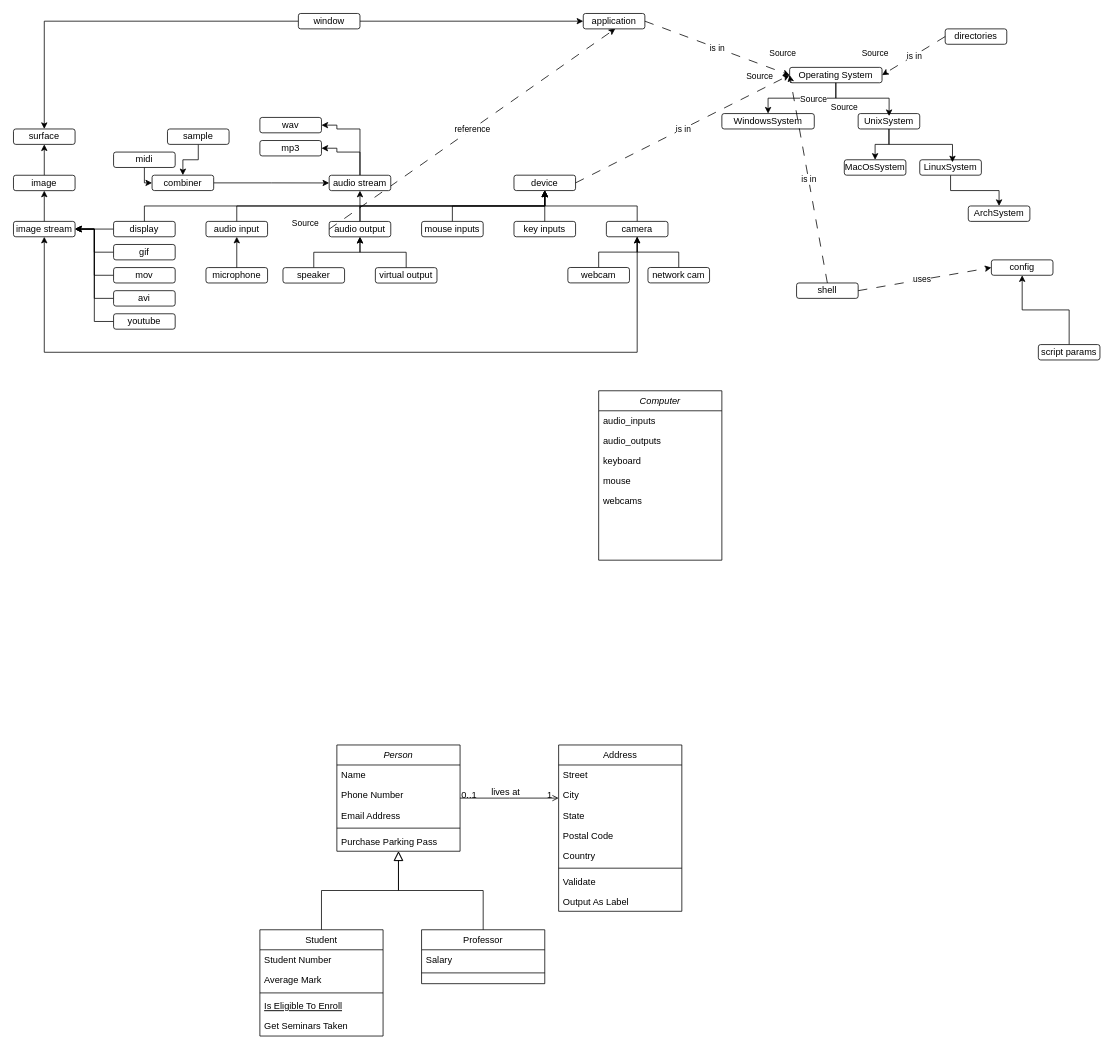
The draw.io diagram class structure.drawio in Eric-Wonbin-Sang/this_framework_that_i_made, before the edit. Source tidied: cells renumbered, new cells numbered last; positions are measured from the earlier drawing's top-left corner, leaving out a move shared by most shapes. Both pictures are drawn from the tidied source at 77%, with x=0, y=0 at pixel (13, 13).
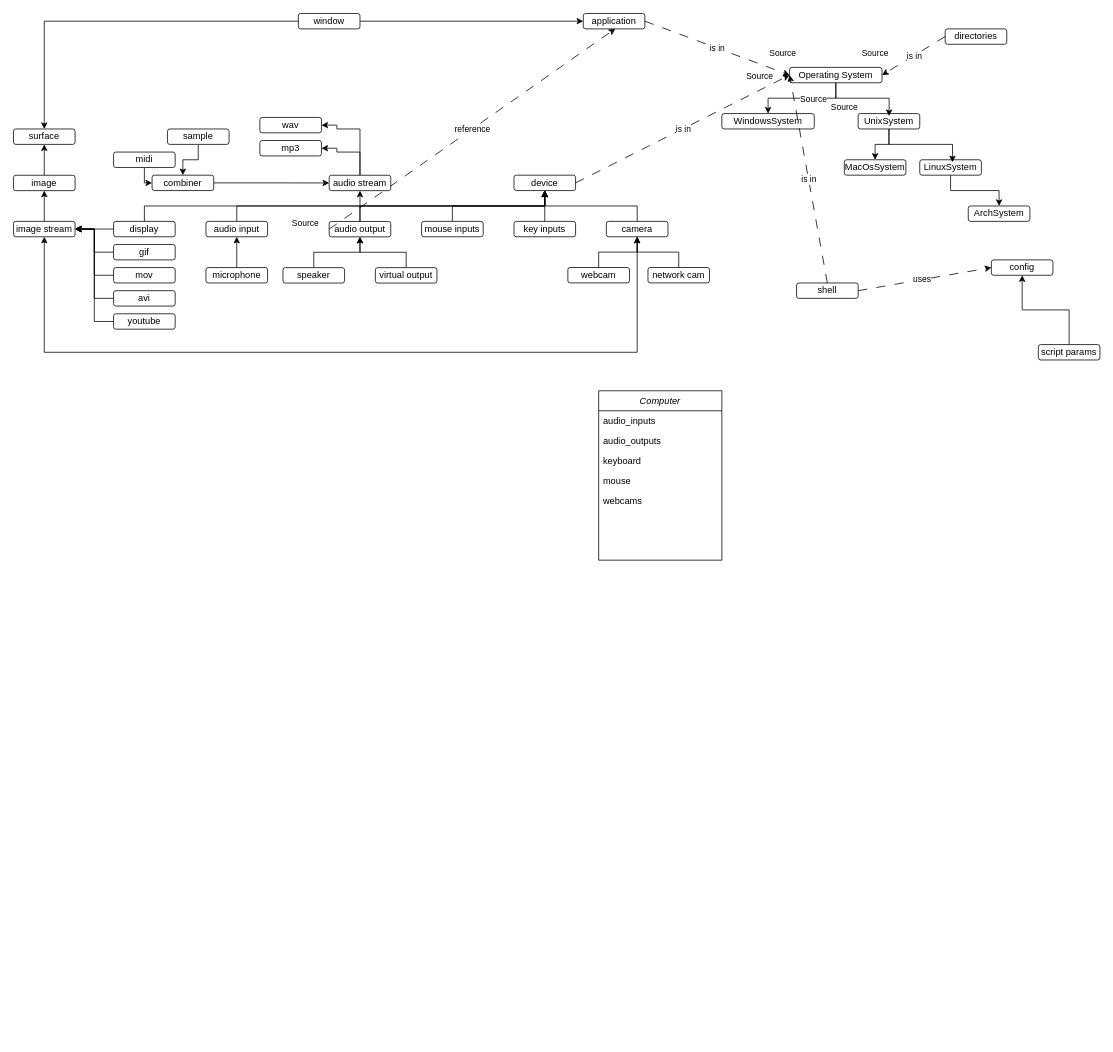
The same page after the edit.

The edit, as a diff of the source:
```diff
@@
-    <mxCell id="2" value="Person" style="swimlane;fontStyle=2;align=center;verticalAlign=top;horizontal=1;startSize=26;rounded=0;shadow=0;strokeWidth=1;" parent="1" vertex="1">
-      <mxGeometry x="420" y="950" width="160" height="138" as="geometry" />
-    </mxCell>
-    <mxCell id="3" value="Name" style="text;align=left;verticalAlign=top;spacingLeft=4;spacingRight=4;overflow=hidden;" parent="2" vertex="1">
-      <mxGeometry y="26" width="160" height="26" as="geometry" />
-    </mxCell>
-    <mxCell id="4" value="Phone Number" style="text;align=left;verticalAlign=top;spacingLeft=4;spacingRight=4;overflow=hidden;rounded=0;shadow=0;html=0;" parent="2" vertex="1">
-      <mxGeometry y="52" width="160" height="26" as="geometry" />
-    </mxCell>
-    <mxCell id="5" value="Email Address" style="text;align=left;verticalAlign=top;spacingLeft=4;spacingRight=4;overflow=hidden;rounded=0;shadow=0;html=0;" parent="2" vertex="1">
-      <mxGeometry y="78" width="160" height="26" as="geometry" />
-    </mxCell>
-    <mxCell id="6" style="line;html=1;strokeWidth=1;align=left;verticalAlign=middle;spacingTop=-1;spacingLeft=3;spacingRight=3;labelPosition=right;" parent="2" vertex="1">
-      <mxGeometry y="104" width="160" height="8" as="geometry" />
-    </mxCell>
-    <mxCell id="7" value="Purchase Parking Pass" style="text;align=left;verticalAlign=top;spacingLeft=4;spacingRight=4;overflow=hidden;" parent="2" vertex="1">
-      <mxGeometry y="112" width="160" height="26" as="geometry" />
-    </mxCell>
-    <mxCell id="8" value="Student" style="swimlane;fontStyle=0;align=center;verticalAlign=top;horizontal=1;startSize=26;rounded=0;shadow=0;strokeWidth=1;" parent="1" vertex="1">
-      <mxGeometry x="320" y="1190" width="160" height="138" as="geometry" />
-    </mxCell>
-    <mxCell id="9" value="Student Number" style="text;align=left;verticalAlign=top;spacingLeft=4;spacingRight=4;overflow=hidden;" parent="8" vertex="1">
-      <mxGeometry y="26" width="160" height="26" as="geometry" />
-    </mxCell>
-    <mxCell id="10" value="Average Mark" style="text;align=left;verticalAlign=top;spacingLeft=4;spacingRight=4;overflow=hidden;rounded=0;shadow=0;html=0;" parent="8" vertex="1">
-      <mxGeometry y="52" width="160" height="26" as="geometry" />
-    </mxCell>
-    <mxCell id="11" style="line;html=1;strokeWidth=1;align=left;verticalAlign=middle;spacingTop=-1;spacingLeft=3;spacingRight=3;labelPosition=right;" parent="8" vertex="1">
-      <mxGeometry y="78" width="160" height="8" as="geometry" />
-    </mxCell>
-    <mxCell id="12" value="Is Eligible To Enroll" style="text;align=left;verticalAlign=top;spacingLeft=4;spacingRight=4;overflow=hidden;fontStyle=4;" parent="8" vertex="1">
-      <mxGeometry y="86" width="160" height="26" as="geometry" />
-    </mxCell>
-    <mxCell id="13" value="Get Seminars Taken" style="text;align=left;verticalAlign=top;spacingLeft=4;spacingRight=4;overflow=hidden;" parent="8" vertex="1">
-      <mxGeometry y="112" width="160" height="26" as="geometry" />
-    </mxCell>
-    <mxCell id="14" style="endArrow=block;endSize=10;endFill=0;shadow=0;strokeWidth=1;rounded=0;curved=0;edgeStyle=elbowEdgeStyle;elbow=vertical;" parent="1" edge="1" source="8" target="2">
-      <mxGeometry relative="1" as="geometry" />
-    </mxCell>
-    <mxCell id="15" value="Professor" style="swimlane;fontStyle=0;align=center;verticalAlign=top;horizontal=1;startSize=26;rounded=0;shadow=0;strokeWidth=1;" parent="1" vertex="1">
-      <mxGeometry x="530" y="1190" width="160" height="70" as="geometry" />
-    </mxCell>
-    <mxCell id="16" value="Salary" style="text;align=left;verticalAlign=top;spacingLeft=4;spacingRight=4;overflow=hidden;" parent="15" vertex="1">
-      <mxGeometry y="26" width="160" height="26" as="geometry" />
-    </mxCell>
-    <mxCell id="17" style="line;html=1;strokeWidth=1;align=left;verticalAlign=middle;spacingTop=-1;spacingLeft=3;spacingRight=3;labelPosition=right;" parent="15" vertex="1">
-      <mxGeometry y="52" width="160" height="8" as="geometry" />
-    </mxCell>
-    <mxCell id="18" style="endArrow=block;endSize=10;endFill=0;shadow=0;strokeWidth=1;rounded=0;curved=0;edgeStyle=elbowEdgeStyle;elbow=vertical;" parent="1" edge="1" source="15" target="2">
-      <mxGeometry relative="1" as="geometry" />
-    </mxCell>
-    <mxCell id="19" value="Address" style="swimlane;fontStyle=0;align=center;verticalAlign=top;horizontal=1;startSize=26;rounded=0;shadow=0;strokeWidth=1;" parent="1" vertex="1">
-      <mxGeometry x="708" y="950" width="160" height="216" as="geometry" />
-    </mxCell>
-    <mxCell id="20" value="Street" style="text;align=left;verticalAlign=top;spacingLeft=4;spacingRight=4;overflow=hidden;" parent="19" vertex="1">
-      <mxGeometry y="26" width="160" height="26" as="geometry" />
-    </mxCell>
-    <mxCell id="21" value="City" style="text;align=left;verticalAlign=top;spacingLeft=4;spacingRight=4;overflow=hidden;rounded=0;shadow=0;html=0;" parent="19" vertex="1">
-      <mxGeometry y="52" width="160" height="26" as="geometry" />
-    </mxCell>
-    <mxCell id="22" value="State" style="text;align=left;verticalAlign=top;spacingLeft=4;spacingRight=4;overflow=hidden;rounded=0;shadow=0;html=0;" parent="19" vertex="1">
-      <mxGeometry y="78" width="160" height="26" as="geometry" />
-    </mxCell>
-    <mxCell id="23" value="Postal Code" style="text;align=left;verticalAlign=top;spacingLeft=4;spacingRight=4;overflow=hidden;rounded=0;shadow=0;html=0;" parent="19" vertex="1">
-      <mxGeometry y="104" width="160" height="26" as="geometry" />
-    </mxCell>
-    <mxCell id="24" value="Country" style="text;align=left;verticalAlign=top;spacingLeft=4;spacingRight=4;overflow=hidden;rounded=0;shadow=0;html=0;" parent="19" vertex="1">
-      <mxGeometry y="130" width="160" height="26" as="geometry" />
-    </mxCell>
-    <mxCell id="25" style="line;html=1;strokeWidth=1;align=left;verticalAlign=middle;spacingTop=-1;spacingLeft=3;spacingRight=3;labelPosition=right;" parent="19" vertex="1">
-      <mxGeometry y="156" width="160" height="8" as="geometry" />
-    </mxCell>
-    <mxCell id="26" value="Validate" style="text;align=left;verticalAlign=top;spacingLeft=4;spacingRight=4;overflow=hidden;" parent="19" vertex="1">
-      <mxGeometry y="164" width="160" height="26" as="geometry" />
-    </mxCell>
-    <mxCell id="27" value="Output As Label" style="text;align=left;verticalAlign=top;spacingLeft=4;spacingRight=4;overflow=hidden;" parent="19" vertex="1">
-      <mxGeometry y="190" width="160" height="26" as="geometry" />
-    </mxCell>
-    <mxCell id="28" style="endArrow=open;shadow=0;strokeWidth=1;rounded=0;curved=0;endFill=1;edgeStyle=elbowEdgeStyle;elbow=vertical;" parent="1" edge="1" source="2" target="19">
-      <mxGeometry x="0.5" y="41" relative="1" as="geometry">
-        <mxPoint x="-40" y="32" as="offset" />
-      </mxGeometry>
-    </mxCell>
-    <mxCell id="29" value="0..1" style="align=left;verticalAlign=bottom;labelBackgroundColor=none;fontSize=12;" parent="28" vertex="1">
-      <mxGeometry x="-1" relative="1" as="geometry">
-        <mxPoint y="4" as="offset" />
-      </mxGeometry>
-    </mxCell>
-    <mxCell id="30" value="1" style="align=right;verticalAlign=bottom;labelBackgroundColor=none;fontSize=12;" parent="28" vertex="1">
-      <mxGeometry x="1" relative="1" as="geometry">
-        <mxPoint x="-7" y="4" as="offset" />
-      </mxGeometry>
-    </mxCell>
-    <mxCell id="31" value="lives at" style="text;html=1;align=center;verticalAlign=middle;labelBackgroundColor=none;rounded=0;shadow=0;strokeWidth=1;fontSize=12;" parent="28" vertex="1">
-      <mxGeometry x="0.5" y="49" relative="1" as="geometry">
-        <mxPoint x="-38" y="40" as="offset" />
-      </mxGeometry>
-    </mxCell>
```
